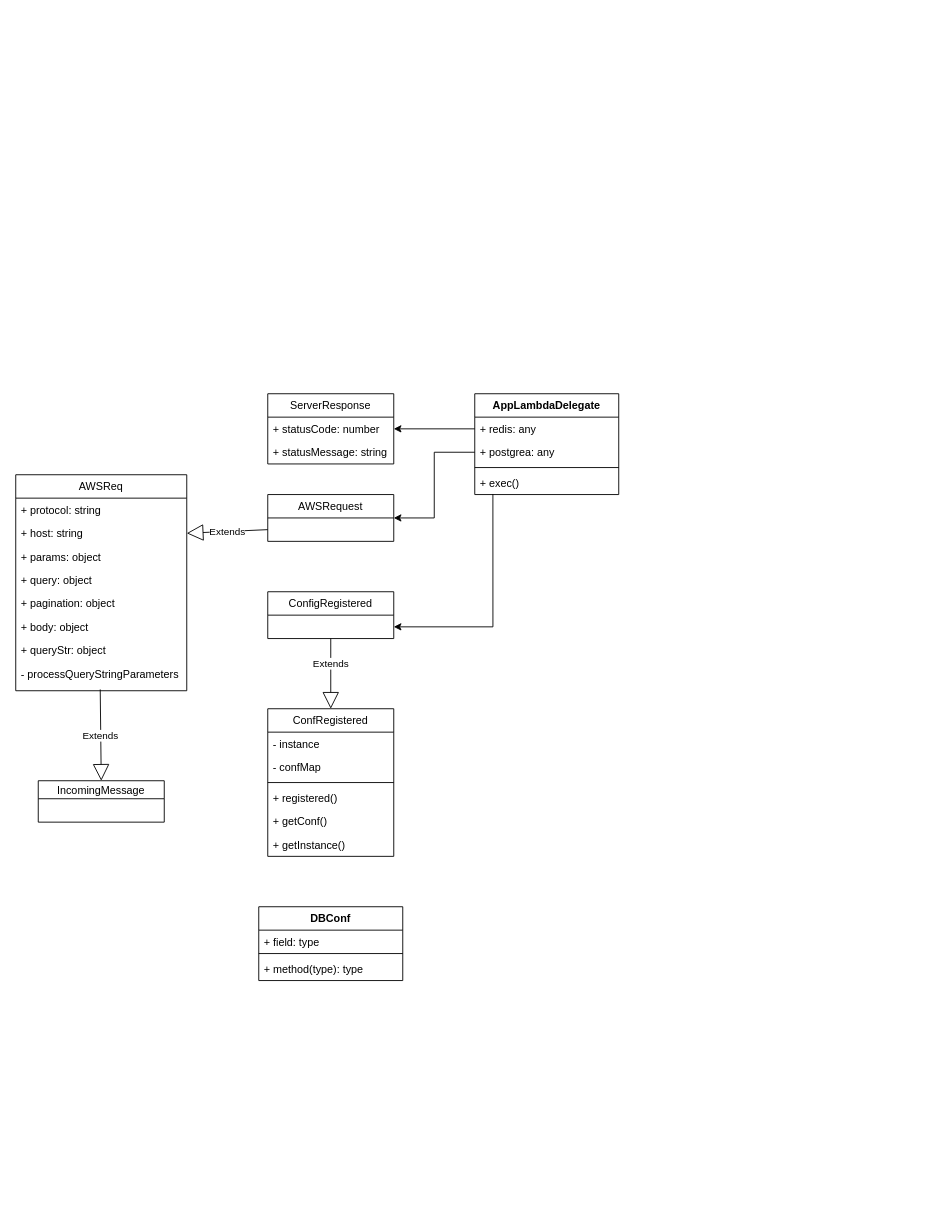
wordlu/note-update keeps this draw.io diagram as phoauth.drawio. Above is the earlier version. Source tidied: cells renumbered, new cells numbered last; positions are measured from the earlier drawing's top-left corner, leaving out a move shared by most shapes. Both pictures are drawn from the tidied source at 90%, with x=0, y=0 at pixel (15, 393).
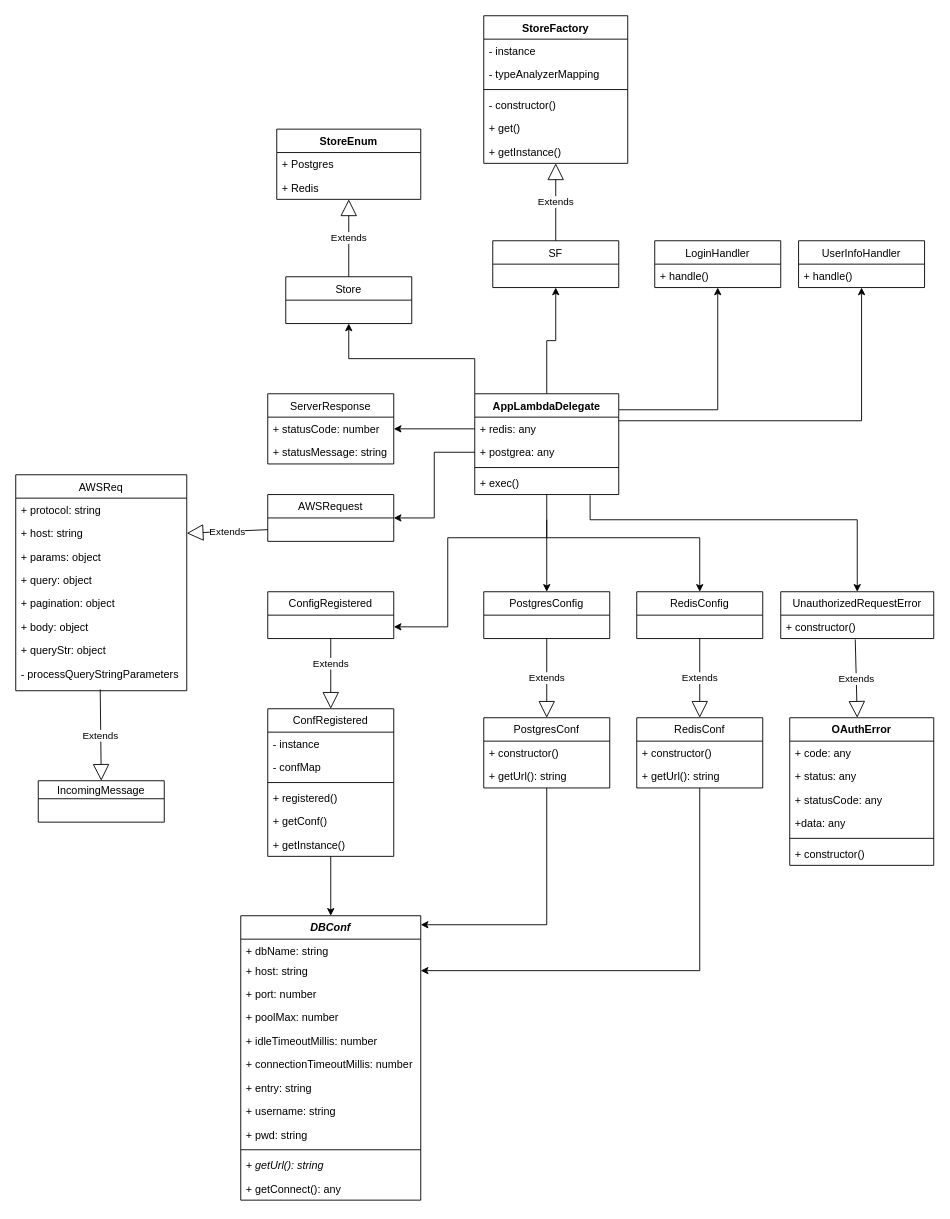
The same page after the edit.

Unchanged cells that the change refers to:
```xml
<mxCell id="3" value="AppLambdaDelegate" style="swimlane;fontStyle=1;align=center;verticalAlign=top;horizontal=1;startSize=26;" parent="1" vertex="1">
  <mxGeometry x="510" width="160" height="112" as="geometry" />
</mxCell>
<mxCell id="4" value="+ redis: any&#10;" style="text;strokeColor=none;fillColor=none;align=left;verticalAlign=top;spacingLeft=4;spacingRight=4;overflow=hidden;points=[[0,0.5],[1,0.5]];portConstraint=eastwest;" parent="3" vertex="1">
  <mxGeometry y="26" width="160" height="26" as="geometry" />
</mxCell>
<mxCell id="7" value="+ exec()" style="text;strokeColor=none;fillColor=none;align=left;verticalAlign=top;spacingLeft=4;spacingRight=4;overflow=hidden;points=[[0,0.5],[1,0.5]];portConstraint=eastwest;" parent="3" vertex="1">
  <mxGeometry y="86" width="160" height="26" as="geometry" />
</mxCell>
<mxCell id="26" value="ConfigRegistered" style="swimlane;fontStyle=0;horizontal=1;startSize=26;fillColor=none;" parent="1" vertex="1">
  <mxGeometry x="280" y="220" width="140" height="52" as="geometry" />
</mxCell>
<mxCell id="27" value="ConfRegistered" style="swimlane;fontStyle=0;horizontal=1;startSize=26;fillColor=none;" parent="1" vertex="1">
  <mxGeometry x="280" y="350" width="140" height="164" as="geometry" />
</mxCell>
```

The edit, as a diff of the source:
```diff
@@
-    <mxCell id="2" style="edgeStyle=orthogonalEdgeStyle;rounded=0;jettySize=auto;html=1;entryX=1;entryY=0.75;entryDx=0;entryDy=0;exitX=0.126;exitY=0.976;exitDx=0;exitDy=0;exitPerimeter=0;" parent="1" edge="1" source="7" target="26">
+    <mxCell id="2" style="edgeStyle=orthogonalEdgeStyle;rounded=0;jettySize=auto;html=1;entryX=1;entryY=0.75;entryDx=0;entryDy=0;" parent="1" edge="1" target="26">
       <mxGeometry relative="1" as="geometry">
+        <mxPoint x="590" y="160" as="sourcePoint" />
         <Array as="points">
-          <mxPoint x="530" y="259" />
+          <mxPoint x="590" y="160" />
+          <mxPoint x="480" y="160" />
+          <mxPoint x="480" y="259" />
         </Array>
       </mxGeometry>
     </mxCell>
+    <mxCell id="39" style="edgeStyle=orthogonalEdgeStyle;rounded=0;jettySize=auto;html=1;" parent="1" edge="1" source="3" target="54">
+      <mxGeometry relative="1" as="geometry" />
+    </mxCell>
+    <mxCell id="40" style="edgeStyle=orthogonalEdgeStyle;rounded=0;jettySize=auto;html=1;entryX=0.5;entryY=0;entryDx=0;entryDy=0;" parent="1" edge="1" target="60">
+      <mxGeometry relative="1" as="geometry">
+        <mxPoint x="590" y="140" as="sourcePoint" />
+        <Array as="points">
+          <mxPoint x="590" y="160" />
+          <mxPoint x="760" y="160" />
+        </Array>
+      </mxGeometry>
+    </mxCell>
+    <mxCell id="41" style="edgeStyle=orthogonalEdgeStyle;rounded=0;jettySize=auto;html=1;entryX=0.5;entryY=1;entryDx=0;entryDy=0;" parent="1" edge="1" source="3" target="66">
+      <mxGeometry relative="1" as="geometry" />
+    </mxCell>
+    <mxCell id="42" style="edgeStyle=orthogonalEdgeStyle;rounded=0;jettySize=auto;html=1;exitX=0.801;exitY=1.033;exitDx=0;exitDy=0;exitPerimeter=0;" parent="1" edge="1" source="7" target="81">
+      <mxGeometry relative="1" as="geometry">
+        <Array as="points">
+          <mxPoint x="638" y="140" />
+          <mxPoint x="935" y="140" />
+        </Array>
+      </mxGeometry>
+    </mxCell>
+    <mxCell id="43" style="edgeStyle=orthogonalEdgeStyle;rounded=0;jettySize=auto;html=1;entryX=0.5;entryY=1;entryDx=0;entryDy=0;exitX=1.001;exitY=-0.315;exitDx=0;exitDy=0;exitPerimeter=0;" parent="1" edge="1" source="4" target="91">
+      <mxGeometry relative="1" as="geometry">
+        <Array as="points">
+          <mxPoint x="780" y="18" />
+        </Array>
+      </mxGeometry>
+    </mxCell>
@@
+    <mxCell id="44" style="edgeStyle=orthogonalEdgeStyle;rounded=0;jettySize=auto;html=1;" parent="1" edge="1" source="27" target="35">
+      <mxGeometry relative="1" as="geometry" />
+    </mxCell>
@@
-    <mxCell id="35" value="DBConf" style="swimlane;fontStyle=1;align=center;verticalAlign=top;horizontal=1;startSize=26;" parent="1" vertex="1">
-      <mxGeometry x="270" y="570" width="160" height="82" as="geometry" />
+    <mxCell id="35" value="DBConf" style="swimlane;fontStyle=3;align=center;verticalAlign=top;horizontal=1;startSize=26;shadow=0;" parent="1" vertex="1">
+      <mxGeometry x="250" y="580" width="200" height="316" as="geometry" />
     </mxCell>
-    <mxCell id="36" value="+ field: type" style="text;strokeColor=none;fillColor=none;align=left;verticalAlign=top;spacingLeft=4;spacingRight=4;overflow=hidden;" parent="35" vertex="1">
-      <mxGeometry y="26" width="160" height="22" as="geometry" />
+    <mxCell id="36" value="+ dbName: string" style="text;strokeColor=none;fillColor=none;align=left;verticalAlign=top;spacingLeft=4;spacingRight=4;overflow=hidden;" parent="35" vertex="1">
+      <mxGeometry y="26" width="200" height="22" as="geometry" />
     </mxCell>
+    <mxCell id="45" value="+ host: string" style="text;strokeColor=none;fillColor=none;align=left;verticalAlign=top;spacingLeft=4;spacingRight=4;overflow=hidden;points=[[0,0.5],[1,0.5]];portConstraint=eastwest;shadow=0;" parent="35" vertex="1">
+      <mxGeometry y="48" width="200" height="26" as="geometry" />
+    </mxCell>
+    <mxCell id="46" value="+ port: number" style="text;strokeColor=none;fillColor=none;align=left;verticalAlign=top;spacingLeft=4;spacingRight=4;overflow=hidden;shadow=0;" parent="35" vertex="1">
+      <mxGeometry y="74" width="200" height="26" as="geometry" />
+    </mxCell>
+    <mxCell id="47" value="+ poolMax: number" style="text;strokeColor=none;fillColor=none;align=left;verticalAlign=top;spacingLeft=4;spacingRight=4;overflow=hidden;shadow=0;" parent="35" vertex="1">
+      <mxGeometry y="100" width="200" height="26" as="geometry" />
+    </mxCell>
+    <mxCell id="48" value="+ idleTimeoutMillis: number" style="text;strokeColor=none;fillColor=none;align=left;verticalAlign=top;spacingLeft=4;spacingRight=4;overflow=hidden;shadow=0;" parent="35" vertex="1">
+      <mxGeometry y="126" width="200" height="26" as="geometry" />
+    </mxCell>
+    <mxCell id="49" value="+ connectionTimeoutMillis: number" style="text;strokeColor=none;fillColor=none;align=left;verticalAlign=top;spacingLeft=4;spacingRight=4;overflow=hidden;shadow=0;" parent="35" vertex="1">
+      <mxGeometry y="152" width="200" height="26" as="geometry" />
+    </mxCell>
+    <mxCell id="50" value="+ entry: string" style="text;strokeColor=none;fillColor=none;align=left;verticalAlign=top;spacingLeft=4;spacingRight=4;overflow=hidden;shadow=0;" parent="35" vertex="1">
+      <mxGeometry y="178" width="200" height="26" as="geometry" />
+    </mxCell>
+    <mxCell id="51" value="+ username: string" style="text;strokeColor=none;fillColor=none;align=left;verticalAlign=top;spacingLeft=4;spacingRight=4;overflow=hidden;shadow=0;" parent="35" vertex="1">
+      <mxGeometry y="204" width="200" height="26" as="geometry" />
+    </mxCell>
+    <mxCell id="52" value="+ pwd: string" style="text;strokeColor=none;fillColor=none;align=left;verticalAlign=top;spacingLeft=4;spacingRight=4;overflow=hidden;shadow=0;" parent="35" vertex="1">
+      <mxGeometry y="230" width="200" height="26" as="geometry" />
+    </mxCell>
     <mxCell id="37" style="line;strokeWidth=1;fillColor=none;align=left;verticalAlign=middle;spacingTop=-1;spacingLeft=3;spacingRight=3;labelPosition=right;" parent="35" vertex="1">
-      <mxGeometry y="48" width="160" height="8" as="geometry" />
+      <mxGeometry y="256" width="200" height="8" as="geometry" />
     </mxCell>
-    <mxCell id="38" value="+ method(type): type" style="text;strokeColor=none;fillColor=none;align=left;verticalAlign=top;spacingLeft=4;spacingRight=4;overflow=hidden;" parent="35" vertex="1">
-      <mxGeometry y="56" width="160" height="26" as="geometry" />
+    <mxCell id="38" value="+ getUrl(): string" style="text;strokeColor=none;fillColor=none;align=left;verticalAlign=top;spacingLeft=4;spacingRight=4;overflow=hidden;fontStyle=2;" parent="35" vertex="1">
+      <mxGeometry y="264" width="200" height="26" as="geometry" />
     </mxCell>
+    <mxCell id="53" value="+ getConnect(): any" style="text;strokeColor=none;fillColor=none;align=left;verticalAlign=top;spacingLeft=4;spacingRight=4;overflow=hidden;shadow=0;" parent="35" vertex="1">
+      <mxGeometry y="290" width="200" height="26" as="geometry" />
+    </mxCell>
+    <mxCell id="54" value="PostgresConfig" style="swimlane;fontStyle=0;horizontal=1;startSize=26;fillColor=none;" parent="1" vertex="1">
+      <mxGeometry x="520" y="220" width="140" height="52" as="geometry" />
+    </mxCell>
+    <mxCell id="55" style="edgeStyle=orthogonalEdgeStyle;rounded=0;jettySize=auto;html=1;" parent="1" edge="1" source="56">
+      <mxGeometry relative="1" as="geometry">
+        <mxPoint x="450" y="590" as="targetPoint" />
+        <Array as="points">
+          <mxPoint x="590" y="590" />
+          <mxPoint x="450" y="590" />
+        </Array>
+      </mxGeometry>
+    </mxCell>
+    <mxCell id="56" value="PostgresConf" style="swimlane;fontStyle=0;horizontal=1;startSize=26;fillColor=none;shadow=0;" parent="1" vertex="1">
+      <mxGeometry x="520" y="360" width="140" height="78" as="geometry" />
+    </mxCell>
+    <mxCell id="57" value="+ constructor()" style="text;strokeColor=none;fillColor=none;align=left;verticalAlign=top;spacingLeft=4;spacingRight=4;overflow=hidden;" parent="56" vertex="1">
+      <mxGeometry y="26" width="140" height="26" as="geometry" />
+    </mxCell>
+    <mxCell id="58" value="+ getUrl(): string" style="text;strokeColor=none;fillColor=none;align=left;verticalAlign=top;spacingLeft=4;spacingRight=4;overflow=hidden;" parent="56" vertex="1">
+      <mxGeometry y="52" width="140" height="26" as="geometry" />
+    </mxCell>
+    <mxCell id="59" value="Extends" style="endArrow=block;endSize=16;endFill=0;html=1;exitX=0.5;exitY=1;exitDx=0;exitDy=0;entryX=0.5;entryY=0;entryDx=0;entryDy=0;" parent="1" edge="1" source="54" target="56">
+      <mxGeometry relative="1" as="geometry" />
+    </mxCell>
+    <mxCell id="60" value="RedisConfig" style="swimlane;fontStyle=0;horizontal=1;startSize=26;fillColor=none;" parent="1" vertex="1">
+      <mxGeometry x="690" y="220" width="140" height="52" as="geometry" />
+    </mxCell>
+    <mxCell id="61" style="edgeStyle=orthogonalEdgeStyle;rounded=0;jettySize=auto;html=1;entryX=1;entryY=0.5;entryDx=0;entryDy=0;" parent="1" edge="1" source="62" target="45">
+      <mxGeometry relative="1" as="geometry">
+        <Array as="points">
+          <mxPoint x="760" y="641" />
+        </Array>
+      </mxGeometry>
+    </mxCell>
+    <mxCell id="62" value="RedisConf" style="swimlane;fontStyle=0;horizontal=1;startSize=26;fillColor=none;shadow=0;" parent="1" vertex="1">
+      <mxGeometry x="690" y="360" width="140" height="78" as="geometry" />
+    </mxCell>
+    <mxCell id="63" value="+ constructor()" style="text;strokeColor=none;fillColor=none;align=left;verticalAlign=top;spacingLeft=4;spacingRight=4;overflow=hidden;" parent="62" vertex="1">
+      <mxGeometry y="26" width="140" height="26" as="geometry" />
+    </mxCell>
+    <mxCell id="64" value="+ getUrl(): string" style="text;strokeColor=none;fillColor=none;align=left;verticalAlign=top;spacingLeft=4;spacingRight=4;overflow=hidden;" parent="62" vertex="1">
+      <mxGeometry y="52" width="140" height="26" as="geometry" />
+    </mxCell>
+    <mxCell id="65" value="Extends" style="endArrow=block;endSize=16;endFill=0;html=1;exitX=0.5;exitY=1;exitDx=0;exitDy=0;entryX=0.5;entryY=0;entryDx=0;entryDy=0;" parent="1" edge="1" target="62">
+      <mxGeometry relative="1" as="geometry">
+        <mxPoint x="760" y="272" as="sourcePoint" />
+      </mxGeometry>
+    </mxCell>
+    <mxCell id="66" value="SF" style="swimlane;fontStyle=0;horizontal=1;startSize=26;fillColor=none;" parent="1" vertex="1">
+      <mxGeometry x="530" y="-170" width="140" height="52" as="geometry" />
+    </mxCell>
+    <mxCell id="67" value="Extends" style="endArrow=block;endSize=16;endFill=0;html=1;exitX=0.5;exitY=0;exitDx=0;exitDy=0;" parent="1" edge="1" source="66" target="74">
+      <mxGeometry relative="1" as="geometry" />
+    </mxCell>
+    <mxCell id="68" value="StoreFactory" style="swimlane;fontStyle=1;align=center;verticalAlign=top;horizontal=1;startSize=26;shadow=0;" parent="1" vertex="1">
+      <mxGeometry x="520" y="-420" width="160" height="164" as="geometry" />
+    </mxCell>
+    <mxCell id="69" value="- instance" style="text;strokeColor=none;fillColor=none;align=left;verticalAlign=top;spacingLeft=4;spacingRight=4;overflow=hidden;shadow=0;" parent="68" vertex="1">
+      <mxGeometry y="26" width="160" height="26" as="geometry" />
+    </mxCell>
+    <mxCell id="70" value="- typeAnalyzerMapping" style="text;strokeColor=none;fillColor=none;align=left;verticalAlign=top;spacingLeft=4;spacingRight=4;overflow=hidden;shadow=0;" parent="68" vertex="1">
+      <mxGeometry y="52" width="160" height="26" as="geometry" />
+    </mxCell>
+    <mxCell id="71" style="line;strokeWidth=1;fillColor=none;align=left;verticalAlign=middle;spacingTop=-1;spacingLeft=3;spacingRight=3;labelPosition=right;" parent="68" vertex="1">
+      <mxGeometry y="78" width="160" height="8" as="geometry" />
+    </mxCell>
+    <mxCell id="72" value="- constructor()" style="text;strokeColor=none;fillColor=none;align=left;verticalAlign=top;spacingLeft=4;spacingRight=4;overflow=hidden;" parent="68" vertex="1">
+      <mxGeometry y="86" width="160" height="26" as="geometry" />
+    </mxCell>
+    <mxCell id="73" value="+ get()" style="text;strokeColor=none;fillColor=none;align=left;verticalAlign=top;spacingLeft=4;spacingRight=4;overflow=hidden;shadow=0;" parent="68" vertex="1">
+      <mxGeometry y="112" width="160" height="26" as="geometry" />
+    </mxCell>
+    <mxCell id="74" value="+ getInstance()" style="text;strokeColor=none;fillColor=none;align=left;verticalAlign=top;spacingLeft=4;spacingRight=4;overflow=hidden;points=[[0,0.5],[1,0.5]];portConstraint=eastwest;shadow=0;" parent="68" vertex="1">
+      <mxGeometry y="138" width="160" height="26" as="geometry" />
+    </mxCell>
+    <mxCell id="75" style="edgeStyle=orthogonalEdgeStyle;rounded=0;jettySize=auto;html=1;entryX=0.5;entryY=1;entryDx=0;entryDy=0;exitX=0;exitY=0;exitDx=0;exitDy=0;" parent="1" edge="1" source="3" target="76">
+      <mxGeometry relative="1" as="geometry" />
+    </mxCell>
+    <mxCell id="76" value="Store" style="swimlane;fontStyle=0;horizontal=1;startSize=26;fillColor=none;" parent="1" vertex="1">
+      <mxGeometry x="300" y="-130" width="140" height="52" as="geometry" />
+    </mxCell>
+    <mxCell id="77" value="Extends" style="endArrow=block;endSize=16;endFill=0;html=1;exitX=0.5;exitY=0;exitDx=0;exitDy=0;" parent="1" edge="1" source="76">
+      <mxGeometry relative="1" as="geometry">
+        <mxPoint x="370" y="-216" as="targetPoint" />
+      </mxGeometry>
+    </mxCell>
+    <mxCell id="78" value="StoreEnum" style="swimlane;fontStyle=1;align=center;verticalAlign=top;horizontal=1;startSize=26;shadow=0;" parent="1" vertex="1">
+      <mxGeometry x="290" y="-294" width="160" height="78" as="geometry" />
+    </mxCell>
+    <mxCell id="79" value="+ Postgres" style="text;strokeColor=none;fillColor=none;align=left;verticalAlign=top;spacingLeft=4;spacingRight=4;overflow=hidden;shadow=0;" parent="78" vertex="1">
+      <mxGeometry y="26" width="160" height="26" as="geometry" />
+    </mxCell>
+    <mxCell id="80" value="+ Redis" style="text;strokeColor=none;fillColor=none;align=left;verticalAlign=top;spacingLeft=4;spacingRight=4;overflow=hidden;shadow=0;" parent="78" vertex="1">
+      <mxGeometry y="52" width="160" height="26" as="geometry" />
+    </mxCell>
+    <mxCell id="81" value="UnauthorizedRequestError" style="swimlane;fontStyle=0;horizontal=1;startSize=26;fillColor=none;shadow=0;" parent="1" vertex="1">
+      <mxGeometry x="850" y="220" width="170" height="52" as="geometry" />
+    </mxCell>
+    <mxCell id="82" value="+ constructor()" style="text;strokeColor=none;fillColor=none;align=left;verticalAlign=top;spacingLeft=4;spacingRight=4;overflow=hidden;points=[[0,0.5],[1,0.5]];portConstraint=eastwest;" parent="81" vertex="1">
+      <mxGeometry y="26" width="170" height="26" as="geometry" />
+    </mxCell>
+    <mxCell id="83" value="Extends" style="endArrow=block;endSize=16;endFill=0;html=1;exitX=0.487;exitY=1.038;exitDx=0;exitDy=0;entryX=0.5;entryY=0;entryDx=0;entryDy=0;exitPerimeter=0;" parent="1" edge="1" source="82">
+      <mxGeometry relative="1" as="geometry">
+        <mxPoint x="935" y="360" as="targetPoint" />
+      </mxGeometry>
+    </mxCell>
+    <mxCell id="84" value="OAuthError" style="swimlane;fontStyle=1;align=center;verticalAlign=top;horizontal=1;startSize=26;shadow=0;" parent="1" vertex="1">
+      <mxGeometry x="860" y="360" width="160" height="164" as="geometry" />
+    </mxCell>
+    <mxCell id="85" value="+ code: any" style="text;strokeColor=none;fillColor=none;align=left;verticalAlign=top;spacingLeft=4;spacingRight=4;overflow=hidden;" parent="84" vertex="1">
+      <mxGeometry y="26" width="160" height="26" as="geometry" />
+    </mxCell>
+    <mxCell id="86" value="+ status: any" style="text;strokeColor=none;fillColor=none;align=left;verticalAlign=top;spacingLeft=4;spacingRight=4;overflow=hidden;shadow=0;" parent="84" vertex="1">
+      <mxGeometry y="52" width="160" height="26" as="geometry" />
+    </mxCell>
+    <mxCell id="87" value="+ statusCode: any" style="text;strokeColor=none;fillColor=none;align=left;verticalAlign=top;spacingLeft=4;spacingRight=4;overflow=hidden;shadow=0;" parent="84" vertex="1">
+      <mxGeometry y="78" width="160" height="26" as="geometry" />
+    </mxCell>
+    <mxCell id="88" value="+data: any" style="text;strokeColor=none;fillColor=none;align=left;verticalAlign=top;spacingLeft=4;spacingRight=4;overflow=hidden;shadow=0;" parent="84" vertex="1">
+      <mxGeometry y="104" width="160" height="26" as="geometry" />
+    </mxCell>
+    <mxCell id="89" style="line;strokeWidth=1;fillColor=none;align=left;verticalAlign=middle;spacingTop=-1;spacingLeft=3;spacingRight=3;labelPosition=right;" parent="84" vertex="1">
+      <mxGeometry y="130" width="160" height="8" as="geometry" />
+    </mxCell>
+    <mxCell id="90" value="+ constructor()" style="text;strokeColor=none;fillColor=none;align=left;verticalAlign=top;spacingLeft=4;spacingRight=4;overflow=hidden;" parent="84" vertex="1">
+      <mxGeometry y="138" width="160" height="26" as="geometry" />
+    </mxCell>
+    <mxCell id="91" value="LoginHandler" style="swimlane;fontStyle=0;horizontal=1;startSize=26;fillColor=none;shadow=0;" parent="1" vertex="1">
+      <mxGeometry x="710" y="-170" width="140" height="52" as="geometry" />
+    </mxCell>
+    <mxCell id="92" value="+ handle()" style="text;strokeColor=none;fillColor=none;align=left;verticalAlign=top;spacingLeft=4;spacingRight=4;overflow=hidden;shadow=0;" parent="91" vertex="1">
+      <mxGeometry y="26" width="140" height="26" as="geometry" />
+    </mxCell>
+    <mxCell id="93" style="edgeStyle=orthogonalEdgeStyle;rounded=0;jettySize=auto;html=1;entryX=0.5;entryY=1;entryDx=0;entryDy=0;" parent="1" edge="1" target="94">
+      <mxGeometry relative="1" as="geometry">
+        <mxPoint x="670" y="30" as="sourcePoint" />
+        <Array as="points">
+          <mxPoint x="670" y="30" />
+          <mxPoint x="940" y="30" />
+        </Array>
+      </mxGeometry>
+    </mxCell>
+    <mxCell id="94" value="UserInfoHandler" style="swimlane;fontStyle=0;horizontal=1;startSize=26;fillColor=none;shadow=0;" parent="1" vertex="1">
+      <mxGeometry x="869.8" y="-170" width="140" height="52" as="geometry" />
+    </mxCell>
+    <mxCell id="95" value="+ handle()" style="text;strokeColor=none;fillColor=none;align=left;verticalAlign=top;spacingLeft=4;spacingRight=4;overflow=hidden;shadow=0;" parent="94" vertex="1">
+      <mxGeometry y="26" width="140" height="26" as="geometry" />
+    </mxCell>
```
